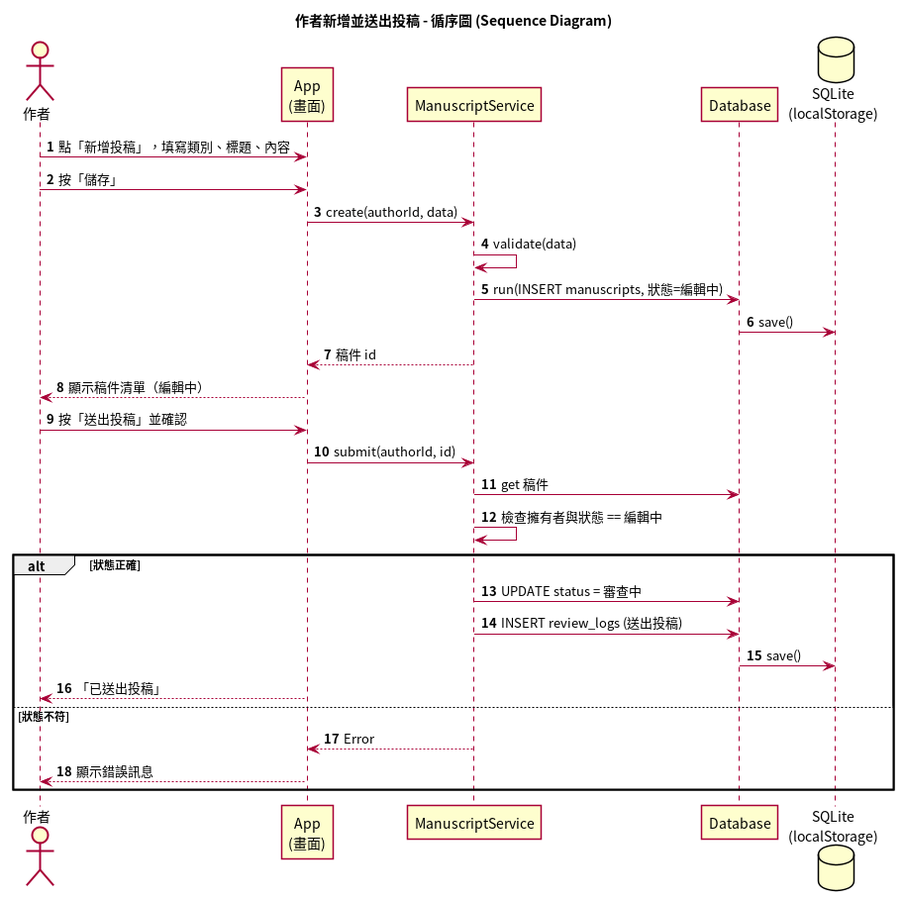
Earlier version of the PlantUML export docs/uml/04_sequence_author.png (617-lyx/1151se_mid). Its source is kept beside it as docs/uml/04_sequence_author.puml.
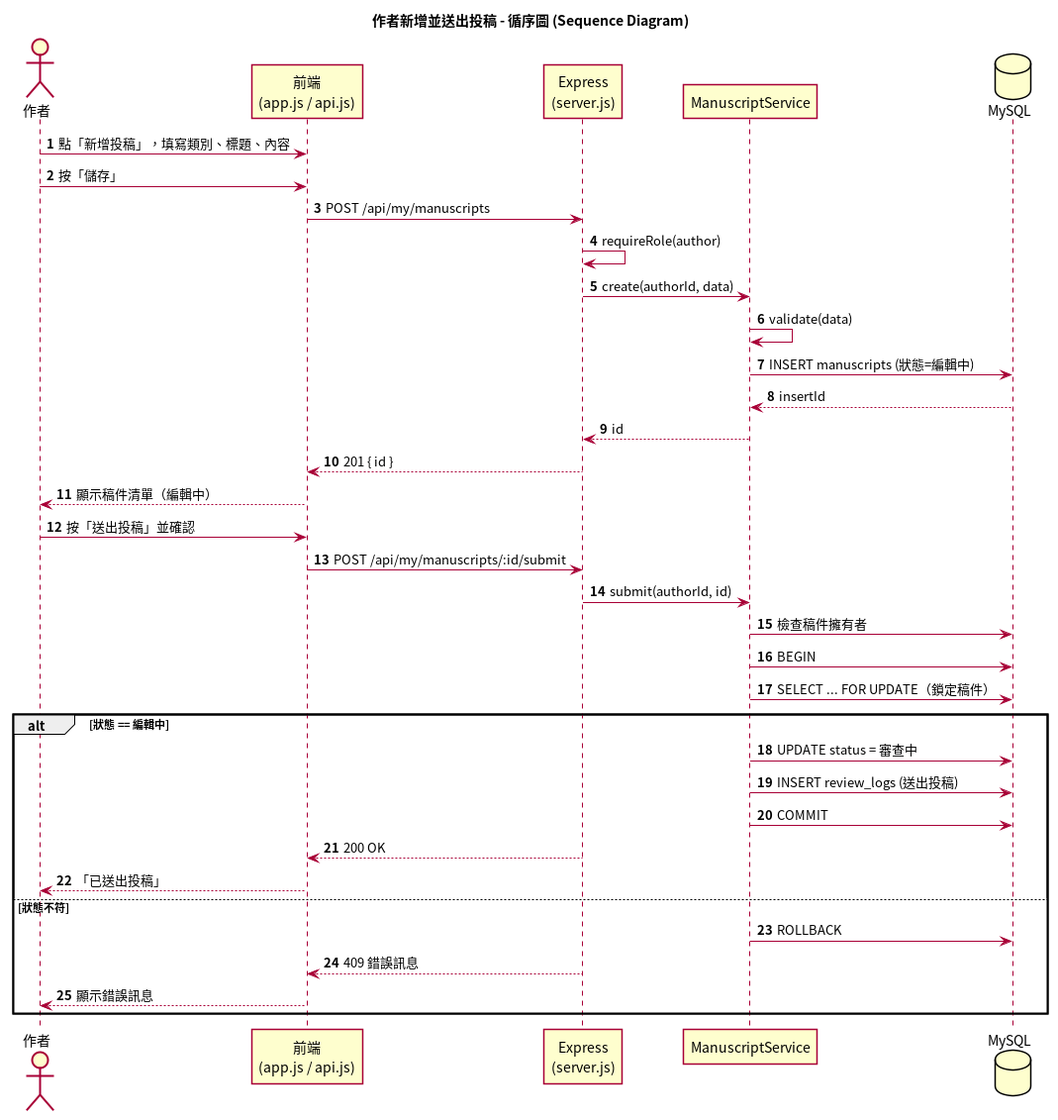
After the commit.

Diff of the diagram source:
```diff
@@ -5,31 +5,38 @@
 title 作者新增並送出投稿 - 循序圖 (Sequence Diagram)
 autonumber
 actor 作者
-participant "App\n(畫面)" as App
+participant "前端\n(app.js / api.js)" as FE
+participant "Express\n(server.js)" as API
 participant ManuscriptService as S
-participant Database as DB
-database "SQLite\n(localStorage)" as LS
+database MySQL as DB
 
-作者 -> App : 點「新增投稿」，填寫類別、標題、內容
-作者 -> App : 按「儲存」
-App -> S : create(authorId, data)
+作者 -> FE : 點「新增投稿」，填寫類別、標題、內容
+作者 -> FE : 按「儲存」
+FE -> API : POST /api/my/manuscripts
+API -> API : requireRole(author)
+API -> S : create(authorId, data)
 S -> S : validate(data)
-S -> DB : run(INSERT manuscripts, 狀態=編輯中)
-DB -> LS : save()
-S --> App : 稿件 id
-App --> 作者 : 顯示稿件清單（編輯中）
+S -> DB : INSERT manuscripts (狀態=編輯中)
+DB --> S : insertId
+S --> API : id
+API --> FE : 201 { id }
+FE --> 作者 : 顯示稿件清單（編輯中）
 
-作者 -> App : 按「送出投稿」並確認
-App -> S : submit(authorId, id)
-S -> DB : get 稿件
-S -> S : 檢查擁有者與狀態 == 編輯中
-alt 狀態正確
+作者 -> FE : 按「送出投稿」並確認
+FE -> API : POST /api/my/manuscripts/:id/submit
+API -> S : submit(authorId, id)
+S -> DB : 檢查稿件擁有者
+S -> DB : BEGIN
+S -> DB : SELECT ... FOR UPDATE（鎖定稿件）
+alt 狀態 == 編輯中
   S -> DB : UPDATE status = 審查中
   S -> DB : INSERT review_logs (送出投稿)
-  DB -> LS : save()
-  App --> 作者 : 「已送出投稿」
+  S -> DB : COMMIT
+  API --> FE : 200 OK
+  FE --> 作者 : 「已送出投稿」
 else 狀態不符
-  S --> App : Error
-  App --> 作者 : 顯示錯誤訊息
+  S -> DB : ROLLBACK
+  API --> FE : 409 錯誤訊息
+  FE --> 作者 : 顯示錯誤訊息
 end
 @enduml
```
